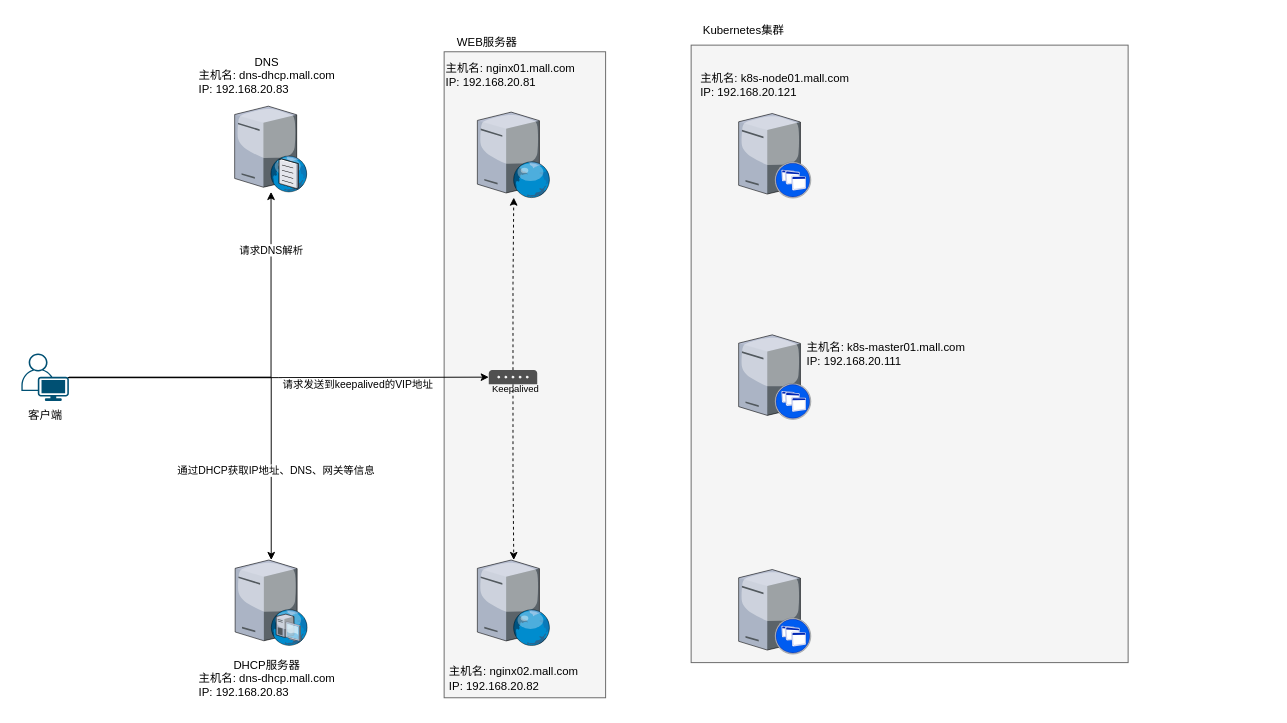
Before: 未命名绘图.drawio in dong9205/draw.io, a draw.io diagram. Source tidied: cells renumbered, new cells numbered last; positions are measured from the earlier drawing's top-left corner, leaving out a move shared by most shapes. Both pictures are drawn from the tidied source at 95%, with x=0, y=0 at pixel (16, 16).
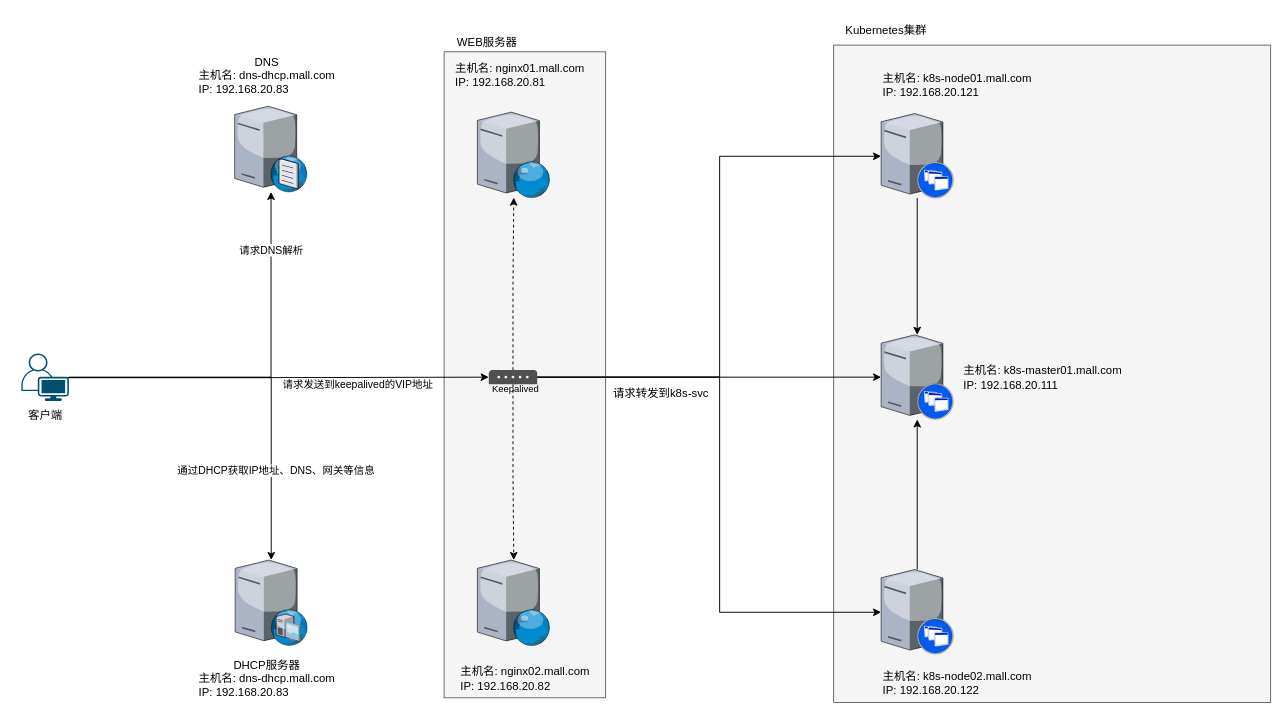
The same page after the edit.

Commit message (it also covers changes not shown here):
更新未命名绘图.drawio

Unchanged cells that the change refers to:
```xml
<mxCell id="10" style="group;" parent="1" vertex="1">
  <mxGeometry x="190" y="42" width="550" height="680" as="geometry" />
</mxCell>
<mxCell id="22" style="group;" parent="21" vertex="1">
  <mxGeometry x="295" width="118.2" height="155" as="geometry" />
</mxCell>
<mxCell id="34" style="sketch=0;shadow=0;dashed=0;html=1;strokeColor=none;fillColor=#505050;labelPosition=center;verticalLabelPosition=bottom;verticalAlign=top;outlineConnect=0;align=center;shape=mxgraph.office.communications.voip_gateway;" parent="1" vertex="1">
  <mxGeometry x="497" y="372" width="51" height="15" as="geometry" />
</mxCell>
```

What changed in the source:
```diff
@@
-    <mxCell id="2" style="whiteSpace=wrap;html=1;fillColor=#f5f5f5;fontColor=#333333;strokeColor=#666666;" parent="1" vertex="1">
-      <mxGeometry x="710" y="30" width="460" height="650" as="geometry" />
-    </mxCell>
@@
     <mxCell id="16" value="&lt;div style=&quot;text-align: center;&quot;&gt;&lt;span style=&quot;background-color: transparent; color: light-dark(rgb(0, 0, 0), rgb(255, 255, 255)); text-align: left;&quot;&gt;主机名: nginx01.mall.com&lt;/span&gt;&lt;br&gt;&lt;/div&gt;&lt;div&gt;IP: 192.168.20.81&lt;/div&gt;" style="text;html=1;align=left;verticalAlign=middle;strokeColor=none;fillColor=none;" parent="10" vertex="1">
-      <mxGeometry x="260" width="160" height="40" as="geometry" />
+      <mxGeometry x="270" width="160" height="40" as="geometry" />
     </mxCell>
@@
+    <mxCell id="39" value="请求转发到k8s-svc" style="text;html=1;align=center;verticalAlign=middle;strokeColor=none;fillColor=none;" parent="10" vertex="1">
+      <mxGeometry x="428" y="340" width="120" height="30" as="geometry" />
+    </mxCell>
@@
     <mxCell id="24" value="&lt;div&gt;&lt;span style=&quot;text-align: left; background-color: transparent; color: light-dark(rgb(0, 0, 0), rgb(255, 255, 255));&quot;&gt;主机名: nginx02.mall.com&lt;/span&gt;&lt;br&gt;&lt;/div&gt;&lt;div style=&quot;text-align: left;&quot;&gt;IP: 192.168.20.82&lt;/div&gt;" style="text;html=1;align=center;verticalAlign=middle;strokeColor=none;fillColor=none;" parent="22" vertex="1">
-      <mxGeometry x="-41.8" y="105" width="160" height="40" as="geometry" />
+      <mxGeometry x="-29.8" y="105" width="160" height="40" as="geometry" />
     </mxCell>
@@
-    <mxCell id="28" style="verticalLabelPosition=bottom;sketch=0;html=1;verticalAlign=top;strokeColor=none;align=center;outlineConnect=0;shape=mxgraph.citrix.xenapp_server;" parent="1" vertex="1">
-      <mxGeometry x="760" y="102" width="76" height="89" as="geometry" />
-    </mxCell>
-    <mxCell id="29" style="verticalLabelPosition=bottom;sketch=0;html=1;verticalAlign=top;strokeColor=none;align=center;outlineConnect=0;shape=mxgraph.citrix.xenapp_server;" parent="1" vertex="1">
-      <mxGeometry x="760" y="335" width="76" height="89" as="geometry" />
-    </mxCell>
-    <mxCell id="30" style="verticalLabelPosition=bottom;sketch=0;html=1;verticalAlign=top;strokeColor=none;align=center;outlineConnect=0;shape=mxgraph.citrix.xenapp_server;" parent="1" vertex="1">
-      <mxGeometry x="760" y="582" width="76" height="89" as="geometry" />
-    </mxCell>
-    <mxCell id="31" value="&lt;div style=&quot;text-align: center;&quot;&gt;&lt;span style=&quot;background-color: transparent; color: light-dark(rgb(0, 0, 0), rgb(255, 255, 255)); text-align: left;&quot;&gt;主机名: k8s-node01.mall.com&lt;/span&gt;&lt;br&gt;&lt;/div&gt;&lt;div&gt;IP: 192.168.20.121&lt;/div&gt;" style="text;html=1;align=left;verticalAlign=middle;strokeColor=none;fillColor=none;" parent="1" vertex="1">
-      <mxGeometry x="718" y="52" width="180" height="40" as="geometry" />
-    </mxCell>
-    <mxCell id="32" value="&lt;div style=&quot;text-align: center;&quot;&gt;&lt;span style=&quot;background-color: transparent; color: light-dark(rgb(0, 0, 0), rgb(255, 255, 255)); text-align: left;&quot;&gt;主机名: k8s-master01.mall.com&lt;/span&gt;&lt;br&gt;&lt;/div&gt;&lt;div&gt;IP: 192.168.20.111&lt;/div&gt;" style="text;html=1;align=left;verticalAlign=middle;strokeColor=none;fillColor=none;" parent="1" vertex="1">
-      <mxGeometry x="830" y="335" width="190" height="40" as="geometry" />
-    </mxCell>
-    <mxCell id="33" value="Kubernetes集群" style="text;html=1;align=center;verticalAlign=middle;strokeColor=none;fillColor=none;" parent="1" vertex="1">
-      <mxGeometry x="710" width="110" height="30" as="geometry" />
-    </mxCell>
@@
+    <mxCell id="40" style="group;" parent="1" vertex="1">
+      <mxGeometry x="860" width="460" height="722" as="geometry" />
+    </mxCell>
+    <mxCell id="2" style="whiteSpace=wrap;html=1;fillColor=#f5f5f5;fontColor=#333333;strokeColor=#666666;" parent="40" vertex="1">
+      <mxGeometry y="30" width="460" height="692" as="geometry" />
+    </mxCell>
+    <mxCell id="41" style="edgeStyle=orthogonalEdgeStyle;rounded=0;jettySize=auto;html=1;" parent="40" edge="1" source="28" target="29">
+      <mxGeometry relative="1" as="geometry" />
+    </mxCell>
+    <mxCell id="28" style="verticalLabelPosition=bottom;sketch=0;html=1;verticalAlign=top;strokeColor=none;align=center;outlineConnect=0;shape=mxgraph.citrix.xenapp_server;" parent="40" vertex="1">
+      <mxGeometry x="50" y="102" width="76" height="89" as="geometry" />
+    </mxCell>
+    <mxCell id="29" style="verticalLabelPosition=bottom;sketch=0;html=1;verticalAlign=top;strokeColor=none;align=center;outlineConnect=0;shape=mxgraph.citrix.xenapp_server;" parent="40" vertex="1">
+      <mxGeometry x="50" y="335" width="76" height="89" as="geometry" />
+    </mxCell>
+    <mxCell id="42" style="edgeStyle=orthogonalEdgeStyle;rounded=0;jettySize=auto;html=1;" parent="40" edge="1" source="30" target="29">
+      <mxGeometry relative="1" as="geometry" />
+    </mxCell>
+    <mxCell id="30" style="verticalLabelPosition=bottom;sketch=0;html=1;verticalAlign=top;strokeColor=none;align=center;outlineConnect=0;shape=mxgraph.citrix.xenapp_server;" parent="40" vertex="1">
+      <mxGeometry x="50" y="582" width="76" height="89" as="geometry" />
+    </mxCell>
+    <mxCell id="31" value="&lt;div style=&quot;text-align: center;&quot;&gt;&lt;span style=&quot;background-color: transparent; color: light-dark(rgb(0, 0, 0), rgb(255, 255, 255)); text-align: left;&quot;&gt;主机名: k8s-node01.mall.com&lt;/span&gt;&lt;br&gt;&lt;/div&gt;&lt;div&gt;IP: 192.168.20.121&lt;/div&gt;" style="text;html=1;align=left;verticalAlign=middle;strokeColor=none;fillColor=none;" parent="40" vertex="1">
+      <mxGeometry x="50" y="52" width="180" height="40" as="geometry" />
+    </mxCell>
+    <mxCell id="32" value="&lt;div style=&quot;text-align: center;&quot;&gt;&lt;span style=&quot;background-color: transparent; color: light-dark(rgb(0, 0, 0), rgb(255, 255, 255)); text-align: left;&quot;&gt;主机名: k8s-master01.mall.com&lt;/span&gt;&lt;br&gt;&lt;/div&gt;&lt;div&gt;IP: 192.168.20.111&lt;/div&gt;" style="text;html=1;align=left;verticalAlign=middle;strokeColor=none;fillColor=none;" parent="40" vertex="1">
+      <mxGeometry x="135" y="359.5" width="190" height="40" as="geometry" />
+    </mxCell>
+    <mxCell id="33" value="Kubernetes集群" style="text;html=1;align=center;verticalAlign=middle;strokeColor=none;fillColor=none;" parent="40" vertex="1">
+      <mxGeometry width="110" height="30" as="geometry" />
+    </mxCell>
+    <mxCell id="43" value="&lt;div style=&quot;text-align: center;&quot;&gt;&lt;span style=&quot;background-color: transparent; color: light-dark(rgb(0, 0, 0), rgb(255, 255, 255)); text-align: left;&quot;&gt;主机名: k8s-node02.mall.com&lt;/span&gt;&lt;br&gt;&lt;/div&gt;&lt;div&gt;IP: 192.168.20.122&lt;/div&gt;" style="text;html=1;align=left;verticalAlign=middle;strokeColor=none;fillColor=none;" parent="40" vertex="1">
+      <mxGeometry x="50" y="682" width="180" height="40" as="geometry" />
+    </mxCell>
+    <mxCell id="44" style="edgeStyle=orthogonalEdgeStyle;rounded=0;jettySize=auto;html=1;" parent="1" edge="1" source="34" target="28">
+      <mxGeometry relative="1" as="geometry">
+        <Array as="points">
+          <mxPoint x="740" y="380" />
+          <mxPoint x="740" y="147" />
+        </Array>
+      </mxGeometry>
+    </mxCell>
+    <mxCell id="45" style="edgeStyle=orthogonalEdgeStyle;rounded=0;jettySize=auto;html=1;" parent="1" edge="1" source="34" target="30">
+      <mxGeometry relative="1" as="geometry">
+        <Array as="points">
+          <mxPoint x="740" y="380" />
+          <mxPoint x="740" y="627" />
+        </Array>
+      </mxGeometry>
+    </mxCell>
+    <mxCell id="46" style="edgeStyle=orthogonalEdgeStyle;rounded=0;jettySize=auto;html=1;" parent="1" edge="1" source="34" target="29">
+      <mxGeometry relative="1" as="geometry" />
+    </mxCell>
```
